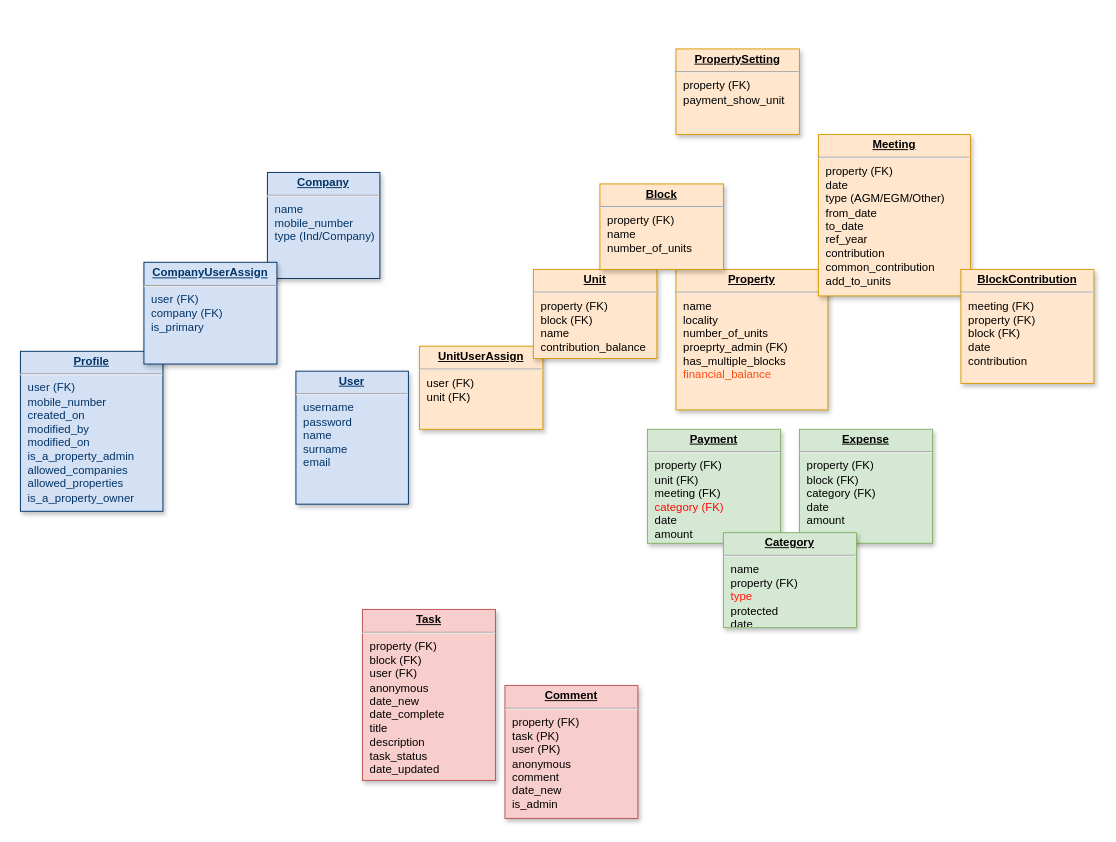
gilubilu/hello-world keeps this draw.io diagram as Untitled Diagram.drawio. Above is the earlier version. Source tidied: cells renumbered, new cells numbered last; positions are measured from the earlier drawing's top-left corner, leaving out a move shared by most shapes. Both pictures are drawn from the tidied source at 95%, with x=0, y=0 at pixel (20, 48).
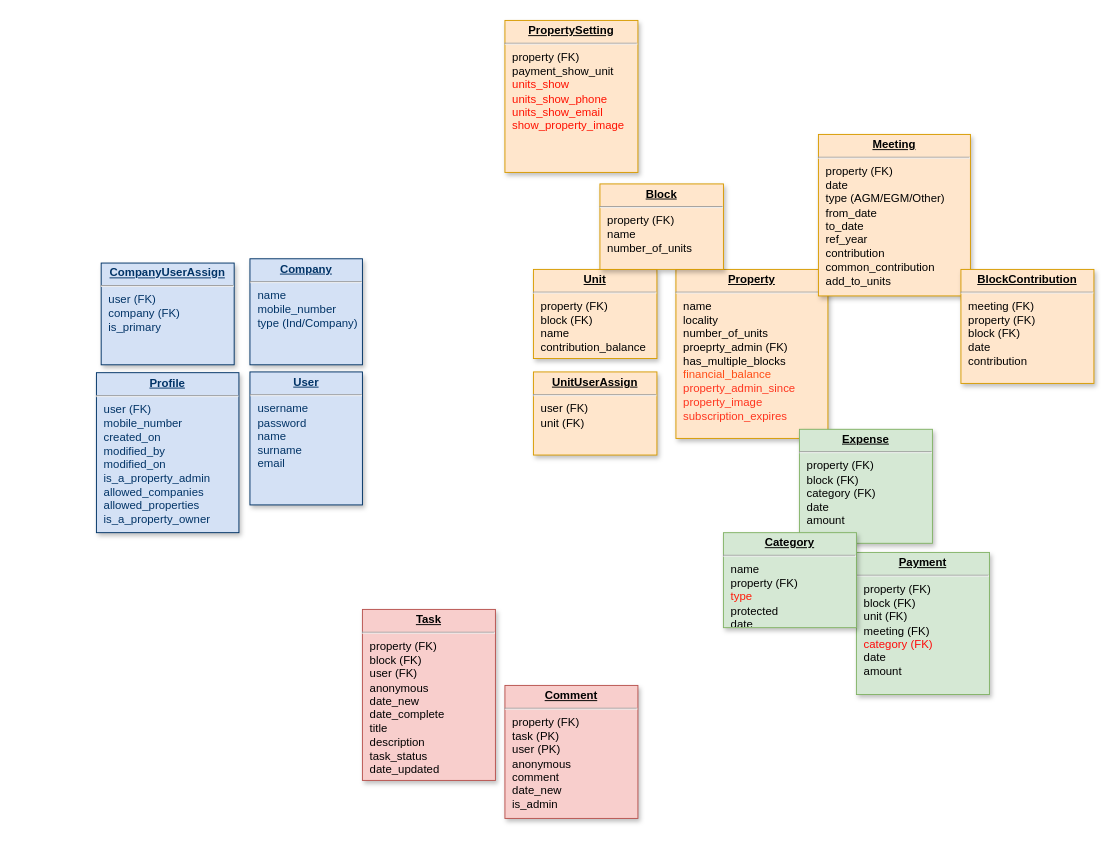
The same page after the edit.

Diff of the diagram source:
```diff
@@
 <mxGraphModel background="#ffffff">
   <root>
     <mxCell id="0" />
     <mxCell id="1" parent="0" />
     <mxCell id="2" value="&lt;p style=&quot;margin: 0px ; margin-top: 4px ; text-align: center ; text-decoration: underline&quot;&gt;&lt;b&gt;UnitUserAssign&lt;/b&gt;&lt;/p&gt;&lt;hr&gt;&lt;p style=&quot;margin: 0px ; margin-left: 8px&quot;&gt;user (FK)&lt;/p&gt;&lt;p style=&quot;margin: 0px ; margin-left: 8px&quot;&gt;unit (FK)&lt;/p&gt;" style="verticalAlign=top;align=left;overflow=fill;fontSize=12;fontFamily=Helvetica;html=1;strokeColor=#d79b00;shadow=1;fillColor=#ffe6cc;" parent="1" vertex="1">
-      <mxGeometry x="420" y="312.9" width="130" height="87.5" as="geometry" />
+      <mxGeometry x="540" y="340" width="130" height="87.5" as="geometry" />
     </mxCell>
     <mxCell id="3" value="&lt;p style=&quot;margin: 0px ; margin-top: 4px ; text-align: center ; text-decoration: underline&quot;&gt;&lt;strong&gt;Unit&lt;/strong&gt;&lt;/p&gt;&lt;hr&gt;&lt;p style=&quot;margin: 0px ; margin-left: 8px&quot;&gt;property (FK)&lt;/p&gt;&lt;p style=&quot;margin: 0px ; margin-left: 8px&quot;&gt;block (FK)&lt;/p&gt;&lt;p style=&quot;margin: 0px ; margin-left: 8px&quot;&gt;name&lt;/p&gt;&lt;p style=&quot;margin: 0px ; margin-left: 8px&quot;&gt;&lt;span&gt;contribution_balance&lt;/span&gt;&lt;br&gt;&lt;/p&gt;&lt;p style=&quot;margin: 0px ; margin-left: 8px&quot;&gt;&lt;br&gt;&lt;/p&gt;" style="verticalAlign=top;align=left;overflow=fill;fontSize=12;fontFamily=Helvetica;html=1;strokeColor=#d79b00;shadow=1;fillColor=#ffe6cc;" parent="1" vertex="1">
       <mxGeometry x="540" y="232.1" width="130" height="93.8" as="geometry" />
     </mxCell>
-    <mxCell id="4" value="&lt;p style=&quot;margin: 0px ; margin-top: 4px ; text-align: center ; text-decoration: underline&quot;&gt;&lt;strong&gt;Property&lt;/strong&gt;&lt;/p&gt;&lt;hr&gt;&lt;p style=&quot;margin: 0px ; margin-left: 8px&quot;&gt;name&lt;/p&gt;&lt;p style=&quot;margin: 0px ; margin-left: 8px&quot;&gt;locality&lt;/p&gt;&lt;p style=&quot;margin: 0px ; margin-left: 8px&quot;&gt;number_of_units&lt;/p&gt;&lt;p style=&quot;margin: 0px ; margin-left: 8px&quot;&gt;proeprty_admin (FK)&lt;/p&gt;&lt;p style=&quot;margin: 0px ; margin-left: 8px&quot;&gt;has_multiple_blocks&lt;/p&gt;&lt;p style=&quot;margin: 0px ; margin-left: 8px&quot;&gt;&lt;font color=&quot;#ff4d17&quot;&gt;financial_balance&lt;/font&gt;&lt;/p&gt;&lt;p style=&quot;margin: 0px ; margin-left: 8px&quot;&gt;&lt;br&gt;&lt;/p&gt;" style="verticalAlign=top;align=left;overflow=fill;fontSize=12;fontFamily=Helvetica;html=1;strokeColor=#d79b00;shadow=1;fillColor=#ffe6cc;" parent="1" vertex="1">
-      <mxGeometry x="690" y="232.1" width="160" height="147.9" as="geometry" />
+    <mxCell id="4" value="&lt;p style=&quot;margin: 0px ; margin-top: 4px ; text-align: center ; text-decoration: underline&quot;&gt;&lt;strong&gt;Property&lt;/strong&gt;&lt;/p&gt;&lt;hr&gt;&lt;p style=&quot;margin: 0px ; margin-left: 8px&quot;&gt;name&lt;/p&gt;&lt;p style=&quot;margin: 0px ; margin-left: 8px&quot;&gt;locality&lt;/p&gt;&lt;p style=&quot;margin: 0px ; margin-left: 8px&quot;&gt;number_of_units&lt;/p&gt;&lt;p style=&quot;margin: 0px ; margin-left: 8px&quot;&gt;proeprty_admin (FK)&lt;/p&gt;&lt;p style=&quot;margin: 0px ; margin-left: 8px&quot;&gt;&lt;span&gt;has_multiple_blocks&lt;/span&gt;&lt;br&gt;&lt;/p&gt;&lt;p style=&quot;margin: 0px ; margin-left: 8px&quot;&gt;&lt;font color=&quot;#ff4d17&quot;&gt;financial_balance&lt;/font&gt;&lt;/p&gt;&lt;p style=&quot;margin: 0px ; margin-left: 8px&quot;&gt;&lt;font color=&quot;#ff351f&quot;&gt;property_admin_since&lt;/font&gt;&lt;font color=&quot;#ff4d17&quot;&gt;&lt;br&gt;&lt;/font&gt;&lt;/p&gt;&lt;p style=&quot;margin: 0px ; margin-left: 8px&quot;&gt;&lt;font color=&quot;#ff351f&quot;&gt;property_image&lt;/font&gt;&lt;/p&gt;&lt;p style=&quot;margin: 0px ; margin-left: 8px&quot;&gt;&lt;font color=&quot;#ff351f&quot;&gt;subscription_expires&lt;/font&gt;&lt;/p&gt;" style="verticalAlign=top;align=left;overflow=fill;fontSize=12;fontFamily=Helvetica;html=1;strokeColor=#d79b00;shadow=1;fillColor=#ffe6cc;" parent="1" vertex="1">
+      <mxGeometry x="690" y="232.1" width="160" height="177.9" as="geometry" />
     </mxCell>
     <mxCell id="5" value="&lt;p style=&quot;margin: 0px ; margin-top: 4px ; text-align: center ; text-decoration: underline&quot;&gt;&lt;strong&gt;Profile&lt;/strong&gt;&lt;/p&gt;&lt;hr&gt;&lt;p style=&quot;margin: 0px ; margin-left: 8px&quot;&gt;user (FK)&lt;/p&gt;&lt;p style=&quot;margin: 0px ; margin-left: 8px&quot;&gt;mobile_number&lt;/p&gt;&lt;p style=&quot;margin: 0px ; margin-left: 8px&quot;&gt;created_on&lt;/p&gt;&lt;p style=&quot;margin: 0px ; margin-left: 8px&quot;&gt;modified_by&lt;/p&gt;&lt;p style=&quot;margin: 0px ; margin-left: 8px&quot;&gt;modified_on&lt;/p&gt;&lt;p style=&quot;margin: 0px ; margin-left: 8px&quot;&gt;is_a_property_admin&lt;/p&gt;&lt;p style=&quot;margin: 0px ; margin-left: 8px&quot;&gt;allowed_companies&lt;/p&gt;&lt;p style=&quot;margin: 0px ; margin-left: 8px&quot;&gt;allowed_properties&lt;/p&gt;&lt;p style=&quot;margin: 0px ; margin-left: 8px&quot;&gt;is_a_property_owner&lt;/p&gt;" style="verticalAlign=top;align=left;overflow=fill;fontSize=12;fontFamily=Helvetica;html=1;strokeColor=#003366;shadow=1;fillColor=#D4E1F5;fontColor=#003366;direction=west;" parent="1" vertex="1">
-      <mxGeometry y="318.3" width="150" height="168.4" as="geometry" />
+      <mxGeometry x="80" y="340.8" width="150" height="168.4" as="geometry" />
     </mxCell>
     <mxCell id="6" value="&lt;p style=&quot;margin: 0px ; margin-top: 4px ; text-align: center ; text-decoration: underline&quot;&gt;&lt;b&gt;User&lt;/b&gt;&lt;/p&gt;&lt;hr&gt;&lt;p style=&quot;margin: 0px ; margin-left: 8px&quot;&gt;username&lt;/p&gt;&lt;p style=&quot;margin: 0px ; margin-left: 8px&quot;&gt;password&lt;/p&gt;&lt;p style=&quot;margin: 0px ; margin-left: 8px&quot;&gt;name&lt;/p&gt;&lt;p style=&quot;margin: 0px ; margin-left: 8px&quot;&gt;surname&lt;/p&gt;&lt;p style=&quot;margin: 0px ; margin-left: 8px&quot;&gt;email&lt;/p&gt;" style="verticalAlign=top;align=left;overflow=fill;fontSize=12;fontFamily=Helvetica;html=1;strokeColor=#003366;shadow=1;fillColor=#D4E1F5;fontColor=#003366;direction=south;" parent="1" vertex="1">
-      <mxGeometry x="290" y="339.2" width="118.4" height="140" as="geometry" />
+      <mxGeometry x="241.6" y="340" width="118.4" height="140" as="geometry" />
     </mxCell>
     <mxCell id="7" value="&lt;p style=&quot;margin: 0px ; margin-top: 4px ; text-align: center ; text-decoration: underline&quot;&gt;&lt;b&gt;Company&lt;/b&gt;&lt;/p&gt;&lt;hr&gt;&lt;p style=&quot;margin: 0px ; margin-left: 8px&quot;&gt;name&lt;/p&gt;&lt;p style=&quot;margin: 0px ; margin-left: 8px&quot;&gt;mobile_number&lt;/p&gt;&lt;p style=&quot;margin: 0px ; margin-left: 8px&quot;&gt;type (Ind/Company)&lt;/p&gt;" style="verticalAlign=top;align=left;overflow=fill;fontSize=12;fontFamily=Helvetica;html=1;strokeColor=#003366;shadow=1;fillColor=#D4E1F5;fontColor=#003366;direction=south;" parent="1" vertex="1">
-      <mxGeometry x="260" y="130" width="118.4" height="111.6" as="geometry" />
+      <mxGeometry x="241.6" y="220.9" width="118.4" height="111.6" as="geometry" />
     </mxCell>
     <mxCell id="8" value="&lt;p style=&quot;margin: 0px ; margin-top: 4px ; text-align: center ; text-decoration: underline&quot;&gt;&lt;b&gt;CompanyUserAssign&lt;/b&gt;&lt;/p&gt;&lt;hr&gt;&lt;p style=&quot;margin: 0px ; margin-left: 8px&quot;&gt;user (FK)&lt;/p&gt;&lt;p style=&quot;margin: 0px ; margin-left: 8px&quot;&gt;company (FK)&lt;/p&gt;&lt;p style=&quot;margin: 0px ; margin-left: 8px&quot;&gt;is_primary&lt;/p&gt;" style="verticalAlign=top;align=left;overflow=fill;fontSize=12;fontFamily=Helvetica;html=1;strokeColor=#003366;shadow=1;fillColor=#D4E1F5;fontColor=#003366;direction=east;" parent="1" vertex="1">
-      <mxGeometry x="130" y="224.6" width="140" height="107.1" as="geometry" />
+      <mxGeometry x="85" y="225.4" width="140" height="107.1" as="geometry" />
     </mxCell>
     <mxCell id="9" value="&lt;p style=&quot;margin: 0px ; margin-top: 4px ; text-align: center ; text-decoration: underline&quot;&gt;&lt;strong&gt;Meeting&lt;/strong&gt;&lt;/p&gt;&lt;hr&gt;&lt;p style=&quot;margin: 0px ; margin-left: 8px&quot;&gt;property (FK)&lt;/p&gt;&lt;p style=&quot;margin: 0px ; margin-left: 8px&quot;&gt;date&lt;/p&gt;&lt;p style=&quot;margin: 0px ; margin-left: 8px&quot;&gt;type (AGM/EGM/Other)&lt;/p&gt;&lt;p style=&quot;margin: 0px ; margin-left: 8px&quot;&gt;from_date&lt;/p&gt;&lt;p style=&quot;margin: 0px ; margin-left: 8px&quot;&gt;to_date&lt;/p&gt;&lt;p style=&quot;margin: 0px ; margin-left: 8px&quot;&gt;ref_year&lt;/p&gt;&lt;p style=&quot;margin: 0px ; margin-left: 8px&quot;&gt;contribution&lt;/p&gt;&lt;p style=&quot;margin: 0px ; margin-left: 8px&quot;&gt;common_contribution&lt;/p&gt;&lt;p style=&quot;margin: 0px ; margin-left: 8px&quot;&gt;add_to_units&lt;/p&gt;" style="verticalAlign=top;align=left;overflow=fill;fontSize=12;fontFamily=Helvetica;html=1;strokeColor=#d79b00;shadow=1;fillColor=#ffe6cc;direction=west;" parent="1" vertex="1">
       <mxGeometry x="840" y="90" width="160" height="170" as="geometry" />
     </mxCell>
     <mxCell id="10" value="&lt;p style=&quot;margin: 0px ; margin-top: 4px ; text-align: center ; text-decoration: underline&quot;&gt;&lt;strong&gt;BlockContribution&lt;/strong&gt;&lt;/p&gt;&lt;hr&gt;&lt;p style=&quot;margin: 0px ; margin-left: 8px&quot;&gt;meeting (FK)&lt;/p&gt;&lt;p style=&quot;margin: 0px ; margin-left: 8px&quot;&gt;property (FK)&lt;/p&gt;&lt;p style=&quot;margin: 0px ; margin-left: 8px&quot;&gt;block (FK)&lt;/p&gt;&lt;p style=&quot;margin: 0px ; margin-left: 8px&quot;&gt;date&lt;/p&gt;&lt;p style=&quot;margin: 0px ; margin-left: 8px&quot;&gt;contribution&lt;br&gt;&lt;/p&gt;" style="verticalAlign=top;align=left;overflow=fill;fontSize=12;fontFamily=Helvetica;html=1;strokeColor=#d79b00;shadow=1;fillColor=#ffe6cc;direction=west;" parent="1" vertex="1">
       <mxGeometry x="990" y="232.1" width="140" height="120" as="geometry" />
     </mxCell>
     <mxCell id="11" value="&lt;p style=&quot;margin: 0px ; margin-top: 4px ; text-align: center ; text-decoration: underline&quot;&gt;&lt;strong&gt;Block&lt;/strong&gt;&lt;/p&gt;&lt;hr&gt;&lt;p style=&quot;margin: 0px ; margin-left: 8px&quot;&gt;property (FK)&lt;/p&gt;&lt;p style=&quot;margin: 0px ; margin-left: 8px&quot;&gt;name&lt;/p&gt;&lt;p style=&quot;margin: 0px ; margin-left: 8px&quot;&gt;number_of_units&lt;/p&gt;&lt;p style=&quot;margin: 0px ; margin-left: 8px&quot;&gt;&lt;br&gt;&lt;/p&gt;" style="verticalAlign=top;align=left;overflow=fill;fontSize=12;fontFamily=Helvetica;html=1;strokeColor=#d79b00;shadow=1;fillColor=#ffe6cc;direction=west;" parent="1" vertex="1">
       <mxGeometry x="610" y="142.1" width="130" height="90" as="geometry" />
     </mxCell>
-    <mxCell id="12" value="&lt;p style=&quot;margin: 0px ; margin-top: 4px ; text-align: center ; text-decoration: underline&quot;&gt;&lt;strong&gt;Payment&lt;/strong&gt;&lt;/p&gt;&lt;hr&gt;&lt;p style=&quot;margin: 0px ; margin-left: 8px&quot;&gt;&lt;span&gt;property (FK)&lt;/span&gt;&lt;br&gt;&lt;/p&gt;&lt;p style=&quot;margin: 0px ; margin-left: 8px&quot;&gt;&lt;span&gt;unit (FK)&lt;/span&gt;&lt;/p&gt;&lt;p style=&quot;margin: 0px ; margin-left: 8px&quot;&gt;meeting (FK)&lt;/p&gt;&lt;p style=&quot;margin: 0px ; margin-left: 8px&quot;&gt;&lt;font color=&quot;#ff0a0a&quot;&gt;category (FK)&lt;/font&gt;&lt;/p&gt;&lt;p style=&quot;margin: 0px ; margin-left: 8px&quot;&gt;date&lt;span&gt;&lt;br&gt;&lt;/span&gt;&lt;/p&gt;&lt;p style=&quot;margin: 0px ; margin-left: 8px&quot;&gt;&lt;span&gt;amount&lt;/span&gt;&lt;/p&gt;" style="verticalAlign=top;align=left;overflow=fill;fontSize=12;fontFamily=Helvetica;html=1;strokeColor=#82b366;shadow=1;fillColor=#d5e8d4;direction=west;" parent="1" vertex="1">
-      <mxGeometry x="660" y="400.4" width="140" height="120" as="geometry" />
+    <mxCell id="12" value="&lt;p style=&quot;margin: 0px ; margin-top: 4px ; text-align: center ; text-decoration: underline&quot;&gt;&lt;strong&gt;Payment&lt;/strong&gt;&lt;/p&gt;&lt;hr&gt;&lt;p style=&quot;margin: 0px ; margin-left: 8px&quot;&gt;&lt;span&gt;property (FK)&lt;/span&gt;&lt;br&gt;&lt;/p&gt;&lt;p style=&quot;margin: 0px ; margin-left: 8px&quot;&gt;&lt;span&gt;block (FK)&lt;/span&gt;&lt;/p&gt;&lt;p style=&quot;margin: 0px ; margin-left: 8px&quot;&gt;&lt;span&gt;unit (FK)&lt;/span&gt;&lt;/p&gt;&lt;p style=&quot;margin: 0px ; margin-left: 8px&quot;&gt;meeting (FK)&lt;/p&gt;&lt;p style=&quot;margin: 0px ; margin-left: 8px&quot;&gt;&lt;font color=&quot;#ff0a0a&quot;&gt;category (FK)&lt;/font&gt;&lt;/p&gt;&lt;p style=&quot;margin: 0px ; margin-left: 8px&quot;&gt;date&lt;span&gt;&lt;br&gt;&lt;/span&gt;&lt;/p&gt;&lt;p style=&quot;margin: 0px ; margin-left: 8px&quot;&gt;&lt;span&gt;amount&lt;/span&gt;&lt;/p&gt;" style="verticalAlign=top;align=left;overflow=fill;fontSize=12;fontFamily=Helvetica;html=1;strokeColor=#82b366;shadow=1;fillColor=#d5e8d4;direction=west;" parent="1" vertex="1">
+      <mxGeometry x="880" y="530" width="140" height="149.6" as="geometry" />
     </mxCell>
     <mxCell id="13" value="&lt;p style=&quot;margin: 0px ; margin-top: 4px ; text-align: center ; text-decoration: underline&quot;&gt;&lt;strong&gt;Expense&lt;/strong&gt;&lt;/p&gt;&lt;hr&gt;&lt;p style=&quot;margin: 0px ; margin-left: 8px&quot;&gt;&lt;span&gt;property (FK)&lt;/span&gt;&lt;/p&gt;&lt;p style=&quot;margin: 0px ; margin-left: 8px&quot;&gt;&lt;span&gt;block (FK)&lt;/span&gt;&lt;/p&gt;&lt;p style=&quot;margin: 0px ; margin-left: 8px&quot;&gt;category (FK)&lt;/p&gt;&lt;p style=&quot;margin: 0px ; margin-left: 8px&quot;&gt;date&lt;/p&gt;&lt;p style=&quot;margin: 0px ; margin-left: 8px&quot;&gt;&lt;span&gt;amount&lt;/span&gt;&lt;br&gt;&lt;/p&gt;&lt;p style=&quot;margin: 0px ; margin-left: 8px&quot;&gt;&lt;br&gt;&lt;/p&gt;" style="verticalAlign=top;align=left;overflow=fill;fontSize=12;fontFamily=Helvetica;html=1;strokeColor=#82b366;shadow=1;fillColor=#d5e8d4;direction=west;" parent="1" vertex="1">
       <mxGeometry x="820" y="400.4" width="140" height="120" as="geometry" />
     </mxCell>
     <mxCell id="14" value="&lt;p style=&quot;margin: 0px ; margin-top: 4px ; text-align: center ; text-decoration: underline&quot;&gt;&lt;strong&gt;Category&lt;/strong&gt;&lt;/p&gt;&lt;hr&gt;&lt;p style=&quot;margin: 0px ; margin-left: 8px&quot;&gt;name&lt;br&gt;&lt;/p&gt;&lt;p style=&quot;margin: 0px ; margin-left: 8px&quot;&gt;property (FK)&lt;/p&gt;&lt;p style=&quot;margin: 0px ; margin-left: 8px&quot;&gt;&lt;font color=&quot;#ff1808&quot;&gt;type&lt;/font&gt;&lt;/p&gt;&lt;p style=&quot;margin: 0px ; margin-left: 8px&quot;&gt;protected&lt;/p&gt;&lt;p style=&quot;margin: 0px ; margin-left: 8px&quot;&gt;date&lt;/p&gt;" style="verticalAlign=top;align=left;overflow=fill;fontSize=12;fontFamily=Helvetica;html=1;strokeColor=#82b366;shadow=1;fillColor=#d5e8d4;direction=west;" parent="1" vertex="1">
       <mxGeometry x="740" y="509.2" width="140" height="100" as="geometry" />
     </mxCell>
     <mxCell id="15" value="&lt;p style=&quot;margin: 0px ; margin-top: 4px ; text-align: center ; text-decoration: underline&quot;&gt;&lt;strong&gt;Task&lt;/strong&gt;&lt;/p&gt;&lt;hr&gt;&lt;p style=&quot;margin: 0px ; margin-left: 8px&quot;&gt;&lt;span&gt;property (FK)&lt;/span&gt;&lt;br&gt;&lt;/p&gt;&lt;p style=&quot;margin: 0px ; margin-left: 8px&quot;&gt;&lt;span&gt;block (FK)&lt;/span&gt;&lt;/p&gt;&lt;p style=&quot;margin: 0px ; margin-left: 8px&quot;&gt;&lt;span&gt;user (FK)&lt;/span&gt;&lt;/p&gt;&lt;p style=&quot;margin: 0px ; margin-left: 8px&quot;&gt;&lt;span&gt;anonymous&lt;/span&gt;&lt;/p&gt;&lt;p style=&quot;margin: 0px ; margin-left: 8px&quot;&gt;date_new&lt;/p&gt;&lt;p style=&quot;margin: 0px ; margin-left: 8px&quot;&gt;date_complete&lt;/p&gt;&lt;p style=&quot;margin: 0px ; margin-left: 8px&quot;&gt;title&lt;span&gt;&lt;br&gt;&lt;/span&gt;&lt;/p&gt;&lt;p style=&quot;margin: 0px ; margin-left: 8px&quot;&gt;&lt;span&gt;description&lt;/span&gt;&lt;/p&gt;&lt;p style=&quot;margin: 0px ; margin-left: 8px&quot;&gt;&lt;span&gt;task_status&lt;/span&gt;&lt;/p&gt;&lt;p style=&quot;margin: 0px ; margin-left: 8px&quot;&gt;&lt;span&gt;date_updated&lt;/span&gt;&lt;/p&gt;" style="verticalAlign=top;align=left;overflow=fill;fontSize=12;fontFamily=Helvetica;html=1;strokeColor=#b85450;shadow=1;fillColor=#f8cecc;direction=west;" parent="1" vertex="1">
       <mxGeometry x="360" y="590" width="140" height="180" as="geometry" />
     </mxCell>
     <mxCell id="16" value="&lt;p style=&quot;margin: 0px ; margin-top: 4px ; text-align: center ; text-decoration: underline&quot;&gt;&lt;b&gt;Comment&lt;/b&gt;&lt;/p&gt;&lt;hr&gt;&lt;p style=&quot;margin: 0px ; margin-left: 8px&quot;&gt;&lt;span&gt;property (FK)&lt;/span&gt;&lt;br&gt;&lt;/p&gt;&lt;p style=&quot;margin: 0px ; margin-left: 8px&quot;&gt;&lt;span&gt;task (PK)&lt;/span&gt;&lt;/p&gt;&lt;p style=&quot;margin: 0px ; margin-left: 8px&quot;&gt;&lt;span&gt;user (PK)&lt;/span&gt;&lt;/p&gt;&lt;p style=&quot;margin: 0px ; margin-left: 8px&quot;&gt;&lt;span&gt;anonymous&lt;/span&gt;&lt;/p&gt;&lt;p style=&quot;margin: 0px ; margin-left: 8px&quot;&gt;&lt;span&gt;comment&lt;/span&gt;&lt;/p&gt;&lt;p style=&quot;margin: 0px ; margin-left: 8px&quot;&gt;&lt;span&gt;date_new&lt;/span&gt;&lt;/p&gt;&lt;p style=&quot;margin: 0px ; margin-left: 8px&quot;&gt;&lt;span&gt;is_admin&lt;/span&gt;&lt;/p&gt;&lt;p style=&quot;margin: 0px ; margin-left: 8px&quot;&gt;&lt;span&gt;&lt;br&gt;&lt;/span&gt;&lt;/p&gt;" style="verticalAlign=top;align=left;overflow=fill;fontSize=12;fontFamily=Helvetica;html=1;strokeColor=#b85450;shadow=1;fillColor=#f8cecc;direction=west;" parent="1" vertex="1">
       <mxGeometry x="510" y="670" width="140" height="140" as="geometry" />
     </mxCell>
-    <mxCell id="17" value="&lt;p style=&quot;margin: 0px ; margin-top: 4px ; text-align: center ; text-decoration: underline&quot;&gt;&lt;strong&gt;PropertySetting&lt;/strong&gt;&lt;/p&gt;&lt;hr&gt;&lt;p style=&quot;margin: 0px ; margin-left: 8px&quot;&gt;property (FK)&lt;/p&gt;&lt;p style=&quot;margin: 0px ; margin-left: 8px&quot;&gt;payment_show_unit&lt;/p&gt;&lt;p style=&quot;margin: 0px ; margin-left: 8px&quot;&gt;&lt;br&gt;&lt;/p&gt;" style="verticalAlign=top;align=left;overflow=fill;fontSize=12;fontFamily=Helvetica;html=1;strokeColor=#d79b00;shadow=1;fillColor=#ffe6cc;direction=west;" parent="1" vertex="1">
-      <mxGeometry x="690" width="130" height="90" as="geometry" />
+    <mxCell id="17" value="&lt;p style=&quot;margin: 0px ; margin-top: 4px ; text-align: center ; text-decoration: underline&quot;&gt;&lt;strong&gt;PropertySetting&lt;/strong&gt;&lt;/p&gt;&lt;hr&gt;&lt;p style=&quot;margin: 0px ; margin-left: 8px&quot;&gt;property (FK)&lt;/p&gt;&lt;p style=&quot;margin: 0px ; margin-left: 8px&quot;&gt;payment_show_unit&lt;/p&gt;&lt;p style=&quot;margin: 0px ; margin-left: 8px&quot;&gt;&lt;font color=&quot;#ff1100&quot;&gt;units_show&lt;/font&gt;&lt;/p&gt;&lt;p style=&quot;margin: 0px ; margin-left: 8px&quot;&gt;&lt;font color=&quot;#ff1100&quot;&gt;units_show_phone&lt;/font&gt;&lt;/p&gt;&lt;p style=&quot;margin: 0px ; margin-left: 8px&quot;&gt;&lt;font color=&quot;#ff1100&quot;&gt;units_show_email&lt;/font&gt;&lt;/p&gt;&lt;p style=&quot;margin: 0px ; margin-left: 8px&quot;&gt;&lt;font color=&quot;#ff1100&quot;&gt;show_property_image&lt;/font&gt;&lt;/p&gt;" style="verticalAlign=top;align=left;overflow=fill;fontSize=12;fontFamily=Helvetica;html=1;strokeColor=#d79b00;shadow=1;fillColor=#ffe6cc;direction=west;" parent="1" vertex="1">
+      <mxGeometry x="510" y="-30" width="140" height="160" as="geometry" />
     </mxCell>
   </root>
 </mxGraphModel>
```
